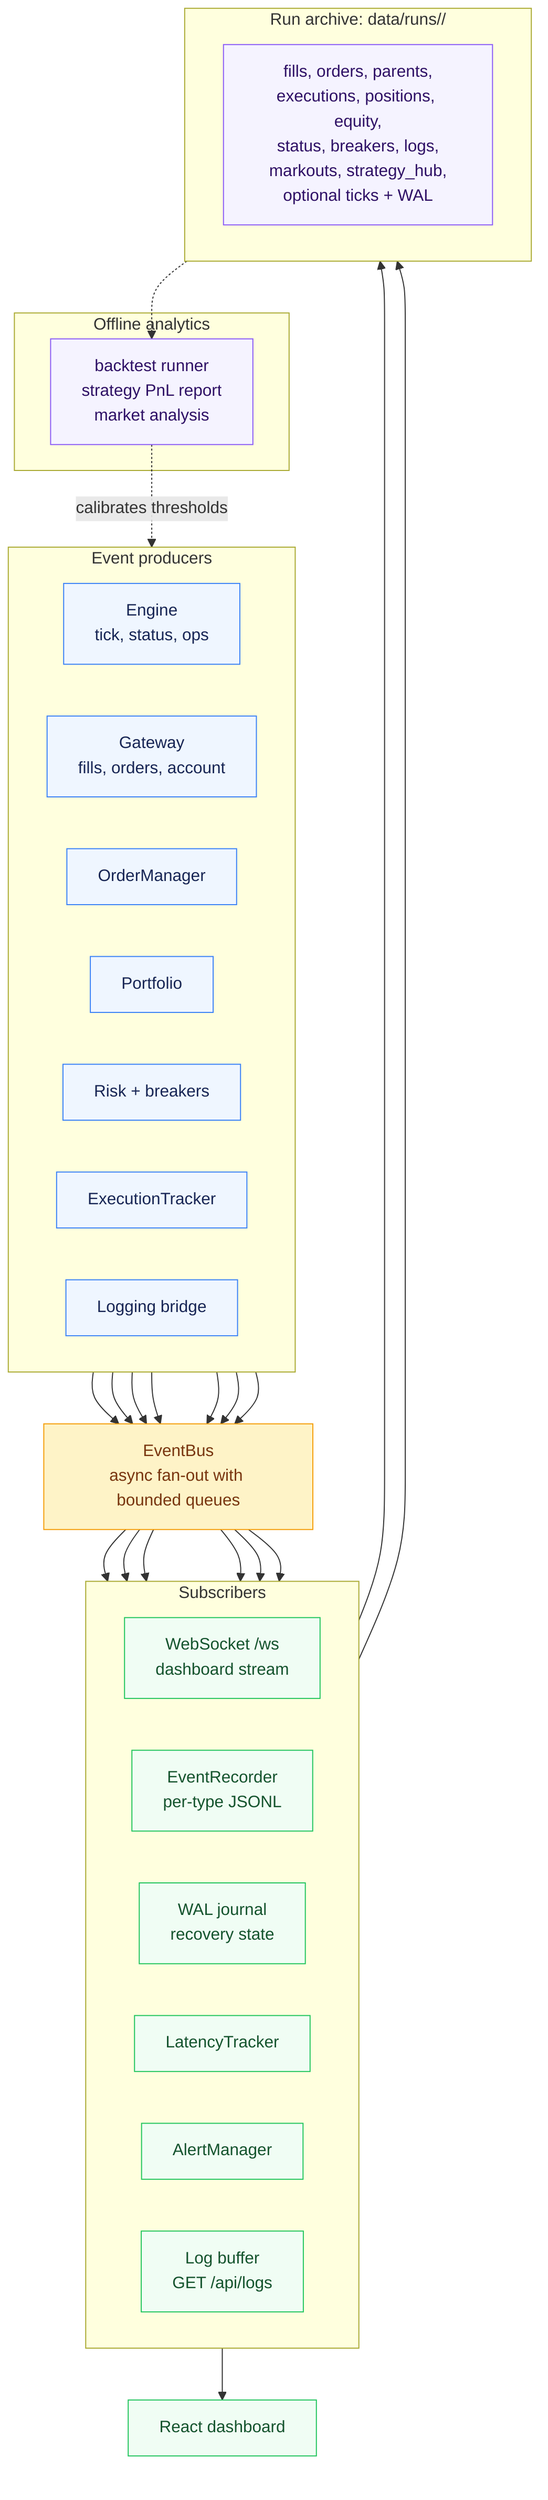
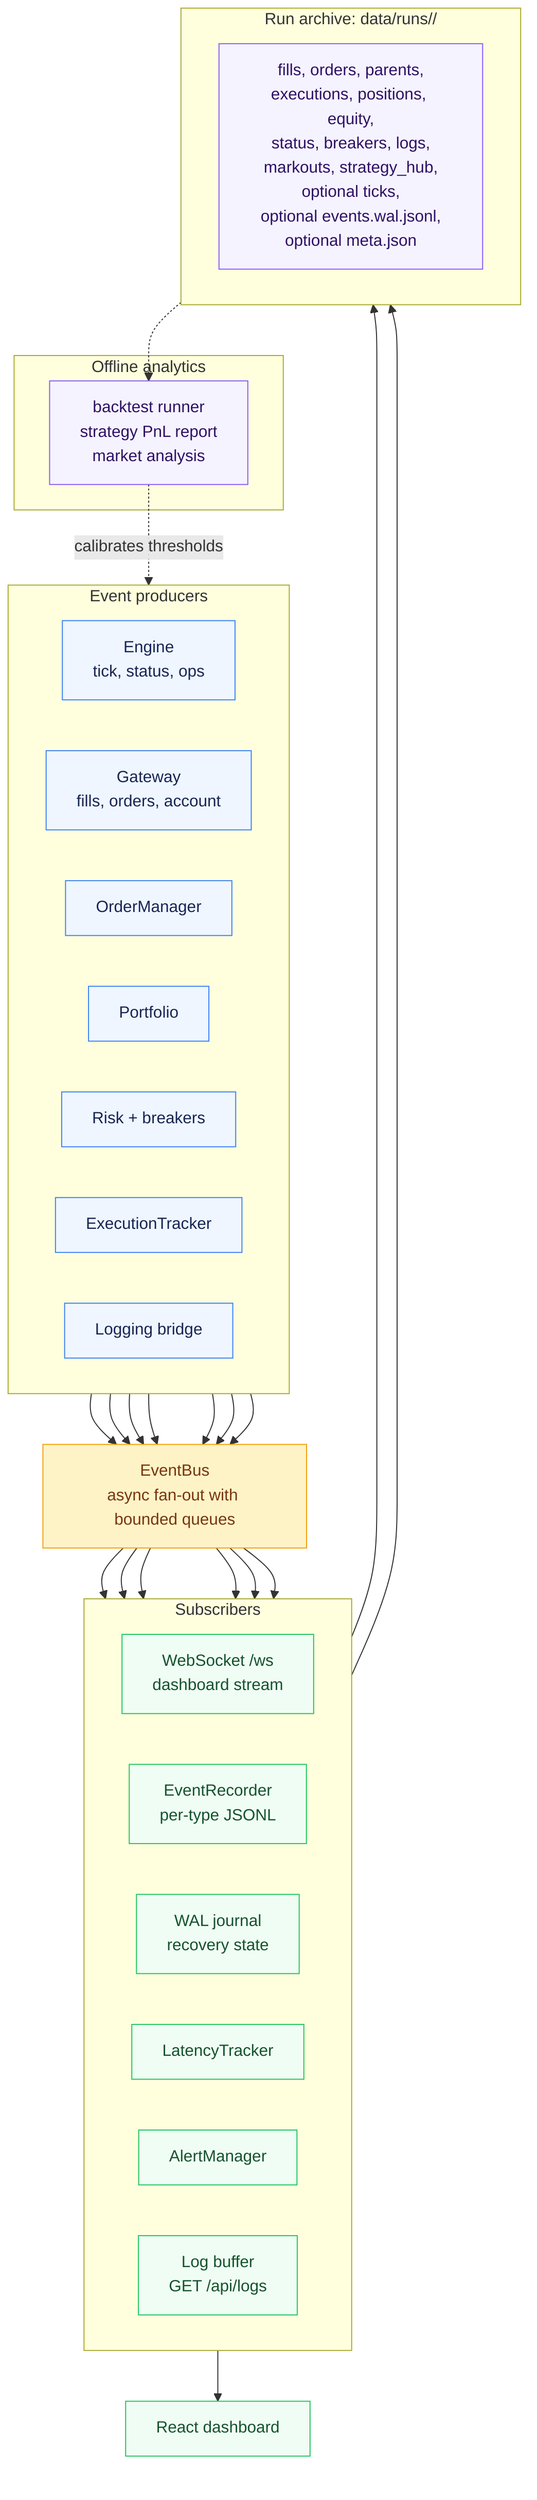
%% EventBus fan-out - producers, subscribers, and archives
flowchart TB
    subgraph Producers["Event producers"]
        direction LR
        ENGINE["Engine<br/>tick, status, ops"]
        GATEWAY["Gateway<br/>fills, orders, account"]
        OMS["OrderManager"]
        PORT["Portfolio"]
        RISK["Risk + breakers"]
        EXEC["ExecutionTracker"]
        LOGS["Logging bridge"]
    end

    BUS["EventBus<br/>async fan-out with bounded queues"]

    ENGINE --> BUS
    GATEWAY --> BUS
    OMS --> BUS
    PORT --> BUS
    RISK --> BUS
    EXEC --> BUS
    LOGS --> BUS

    subgraph Subscribers["Subscribers"]
        direction LR
        WS["WebSocket /ws<br/>dashboard stream"]
        REC["EventRecorder<br/>per-type JSONL"]
        WAL["WAL journal<br/>recovery state"]
        LAT["LatencyTracker"]
        ALERT["AlertManager"]
        LOGBUF["Log buffer<br/>GET /api/logs"]
    end

    BUS --> WS
    BUS --> REC
    BUS --> WAL
    BUS --> LAT
    BUS --> ALERT
    BUS --> LOGBUF

    WS --> UI["React dashboard"]

    subgraph Archive["Run archive: data/runs/<run-id>/"]
        direction LR
-         FILES["fills, orders, parents,<br/>executions, positions, equity,<br/>status, breakers, logs,<br/>markouts, strategy_hub,<br/>optional ticks + WAL"]
+         FILES["fills, orders, parents,<br/>executions, positions, equity,<br/>status, breakers, logs,<br/>markouts, strategy_hub,<br/>optional ticks,<br/>optional events.wal.jsonl,<br/>optional meta.json"]
    end

    REC --> Archive
    WAL --> Archive

    subgraph Analytics["Offline analytics"]
        ANALYZERS["backtest runner<br/>strategy PnL report<br/>market analysis"]
    end

    Archive -.-> ANALYZERS
    ANALYZERS -.->|"calibrates thresholds"| ENGINE

    classDef producer fill:#eff6ff,stroke:#3b82f6,color:#172554
    classDef bus fill:#fef3c7,stroke:#f59e0b,color:#78350f
    classDef sink fill:#f0fdf4,stroke:#22c55e,color:#14532d
    classDef archive fill:#f5f3ff,stroke:#8b5cf6,color:#2e1065

    class ENGINE,GATEWAY,OMS,PORT,RISK,EXEC,LOGS producer
    class BUS bus
    class WS,REC,WAL,LAT,ALERT,LOGBUF,UI sink
    class FILES,ANALYZERS archive
